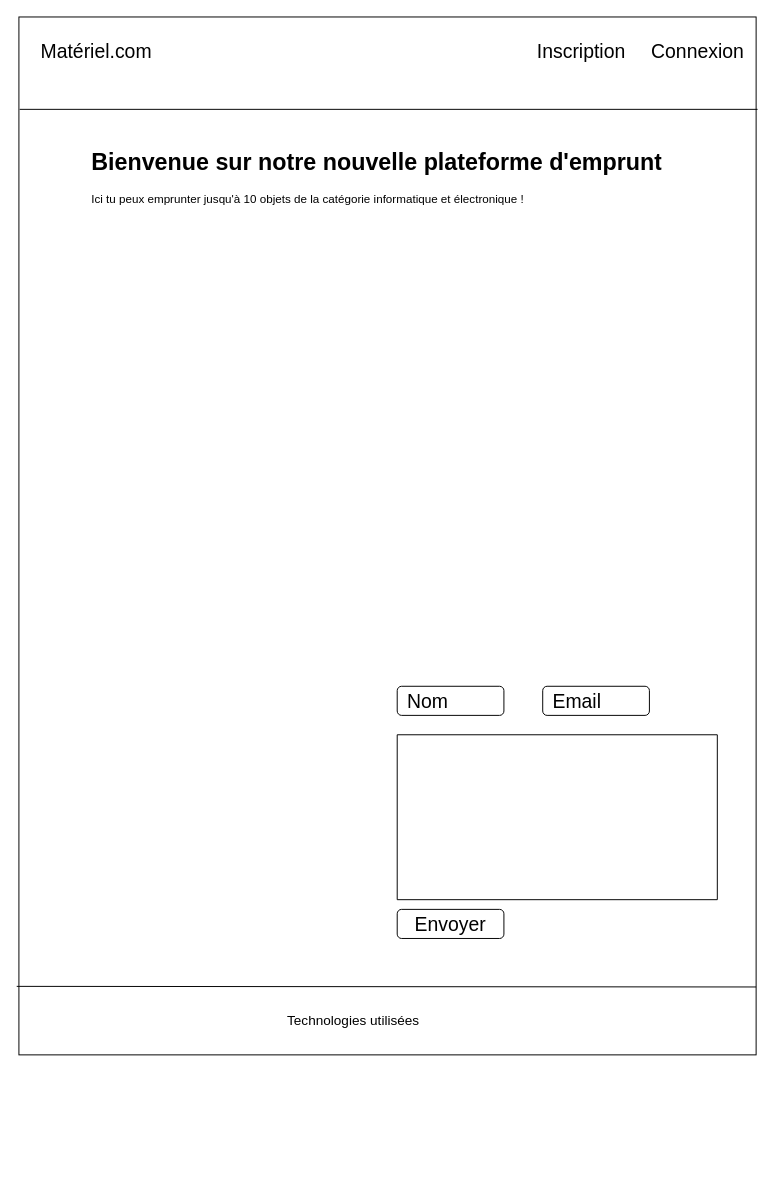
molotovad75/Dev_web_L3_EFREI keeps this draw.io diagram as vue/wireframe_page_acceuil.drawio. Above is the earlier version. Source tidied: cells renumbered, new cells numbered last; positions are measured from the earlier drawing's top-left corner, leaving out a move shared by most shapes. Both pictures are drawn from the tidied source at 97%, with x=0, y=0 at pixel (18, 16).
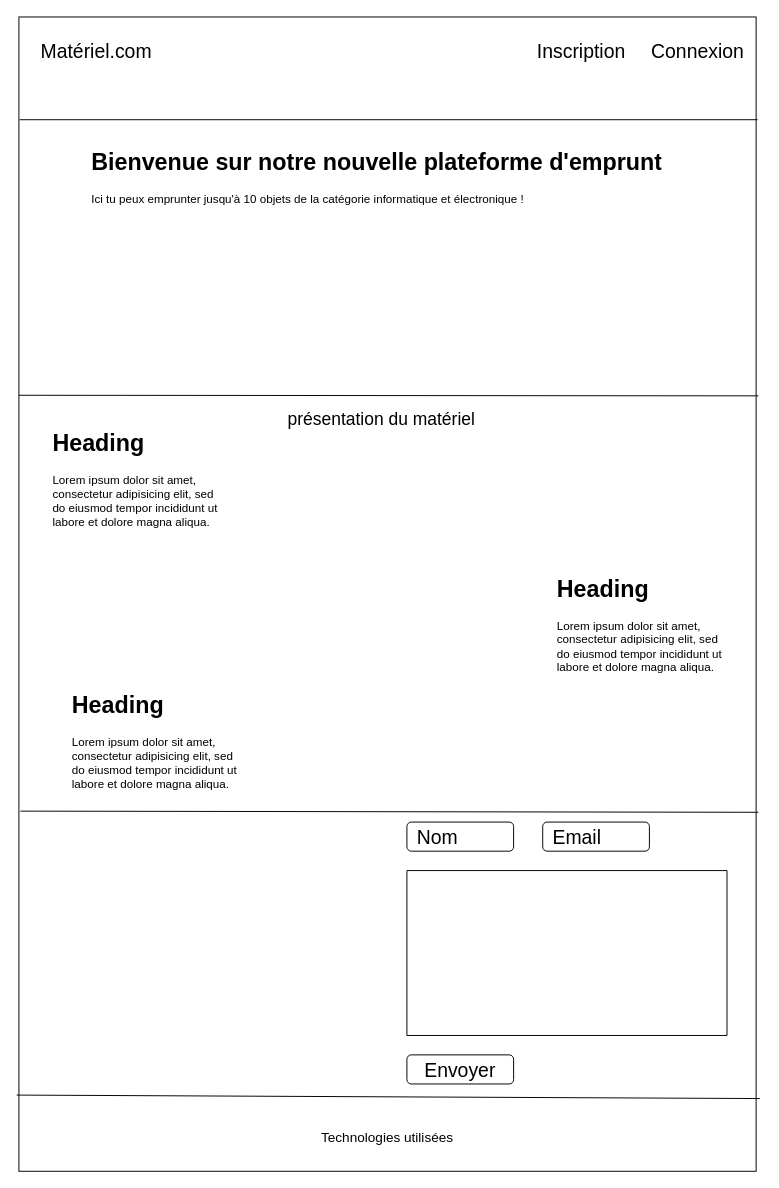
Above is the later version.

Diff of the diagram source:
```diff
@@
     <mxCell id="2" style="rounded=0;whiteSpace=wrap;html=1;" parent="1" vertex="1">
-      <mxGeometry width="760" height="1070" as="geometry" />
+      <mxGeometry width="760" height="1190" as="geometry" />
     </mxCell>
@@
-    <mxCell id="7" style="endArrow=none;html=1;rounded=0;exitX=-0.003;exitY=0.934;exitDx=0;exitDy=0;exitPerimeter=0;" parent="1" edge="1" source="2">
-      <mxGeometry relative="1" as="geometry">
-        <mxPoint x="760" y="1000" as="targetPoint" />
-      </mxGeometry>
+    <mxCell id="7" style="endArrow=none;html=1;rounded=0;exitX=-0.003;exitY=0.934;exitDx=0;exitDy=0;exitPerimeter=0;entryX=1.005;entryY=0.937;entryDx=0;entryDy=0;entryPerimeter=0;" parent="1" edge="1" source="2" target="2">
+      <mxGeometry relative="1" as="geometry" />
     </mxCell>
@@
     <mxCell id="9" value="&lt;div style=&quot;font-size: 14px ; line-height: 19px&quot;&gt;&lt;span style=&quot;background-color: rgb(255 , 255 , 255)&quot;&gt;Technologies utilisées&lt;/span&gt;&lt;/div&gt;" style="text;html=1;strokeColor=none;fillColor=none;align=center;verticalAlign=middle;whiteSpace=wrap;rounded=0;" parent="1" vertex="1">
-      <mxGeometry x="230" y="1020" width="230" height="30" as="geometry" />
+      <mxGeometry x="265" y="1140" width="230" height="30" as="geometry" />
     </mxCell>
     <mxCell id="10" value="Nom&lt;span style=&quot;white-space: pre&quot;&gt;&#9;&lt;/span&gt;" style="rounded=1;whiteSpace=wrap;html=1;labelBackgroundColor=#FFFFFF;fontFamily=Helvetica;fontSize=20;fontColor=#000000;" parent="1" vertex="1">
-      <mxGeometry x="390" y="690" width="110" height="30" as="geometry" />
+      <mxGeometry x="400" y="830" width="110" height="30" as="geometry" />
     </mxCell>
     <mxCell id="11" value="Email&lt;span style=&quot;white-space: pre&quot;&gt;&#9;&lt;/span&gt;" style="rounded=1;whiteSpace=wrap;html=1;labelBackgroundColor=#FFFFFF;fontFamily=Helvetica;fontSize=20;fontColor=#000000;" parent="1" vertex="1">
-      <mxGeometry x="540" y="690" width="110" height="30" as="geometry" />
+      <mxGeometry x="540" y="830" width="110" height="30" as="geometry" />
     </mxCell>
     <mxCell id="12" style="swimlane;startSize=0;labelBackgroundColor=#FFFFFF;fontFamily=Helvetica;fontSize=20;fontColor=#000000;" parent="1" vertex="1">
-      <mxGeometry x="390" y="740" width="330" height="170" as="geometry" />
+      <mxGeometry x="400" y="880" width="330" height="170" as="geometry" />
     </mxCell>
     <mxCell id="13" value="Envoyer" style="rounded=1;whiteSpace=wrap;html=1;labelBackgroundColor=#FFFFFF;fontFamily=Helvetica;fontSize=20;fontColor=#000000;" parent="1" vertex="1">
-      <mxGeometry x="390" y="920" width="110" height="30" as="geometry" />
+      <mxGeometry x="400" y="1070" width="110" height="30" as="geometry" />
     </mxCell>
+    <mxCell id="14" style="endArrow=none;html=1;rounded=0;exitX=-0.003;exitY=0.934;exitDx=0;exitDy=0;exitPerimeter=0;" parent="1" edge="1">
+      <mxGeometry relative="1" as="geometry">
+        <mxPoint y="390" as="sourcePoint" />
+        <mxPoint x="762.3" y="390.6" as="targetPoint" />
+      </mxGeometry>
+    </mxCell>
+    <mxCell id="15" style="endArrow=none;html=1;rounded=0;exitX=0.002;exitY=0.688;exitDx=0;exitDy=0;exitPerimeter=0;entryX=1.003;entryY=0.689;entryDx=0;entryDy=0;entryPerimeter=0;" parent="1" edge="1" source="2" target="2">
+      <mxGeometry relative="1" as="geometry" />
+    </mxCell>
+    <mxCell id="16" value="&lt;h1&gt;Heading&lt;/h1&gt;&lt;p&gt;Lorem ipsum dolor sit amet, consectetur adipisicing elit, sed do eiusmod tempor incididunt ut labore et dolore magna aliqua.&lt;/p&gt;" style="text;html=1;strokeColor=none;fillColor=none;spacing=5;spacingTop=-20;whiteSpace=wrap;overflow=hidden;rounded=0;" parent="1" vertex="1">
+      <mxGeometry x="30" y="420" width="190" height="120" as="geometry" />
+    </mxCell>
+    <mxCell id="17" value="&lt;h1&gt;Heading&lt;/h1&gt;&lt;p&gt;Lorem ipsum dolor sit amet, consectetur adipisicing elit, sed do eiusmod tempor incididunt ut labore et dolore magna aliqua.&lt;/p&gt;" style="text;html=1;strokeColor=none;fillColor=none;spacing=5;spacingTop=-20;whiteSpace=wrap;overflow=hidden;rounded=0;" parent="1" vertex="1">
+      <mxGeometry x="550" y="570" width="190" height="120" as="geometry" />
+    </mxCell>
+    <mxCell id="18" value="&lt;h1&gt;Heading&lt;/h1&gt;&lt;p&gt;Lorem ipsum dolor sit amet, consectetur adipisicing elit, sed do eiusmod tempor incididunt ut labore et dolore magna aliqua.&lt;/p&gt;" style="text;html=1;strokeColor=none;fillColor=none;spacing=5;spacingTop=-20;whiteSpace=wrap;overflow=hidden;rounded=0;" parent="1" vertex="1">
+      <mxGeometry x="50" y="690" width="190" height="120" as="geometry" />
+    </mxCell>
+    <mxCell id="19" value="&lt;font style=&quot;font-size: 18px&quot;&gt;présentation du matériel&lt;/font&gt;" style="text;html=1;strokeColor=none;fillColor=none;align=center;verticalAlign=middle;whiteSpace=wrap;rounded=0;" parent="1" vertex="1">
+      <mxGeometry x="234" y="400" width="280" height="30" as="geometry" />
+    </mxCell>
```
